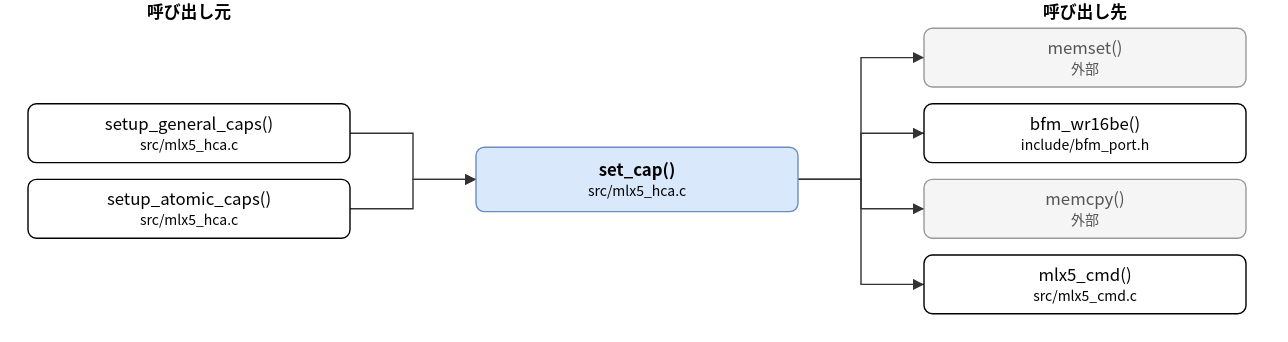
Above: doc/spec/images/call_src_mlx5_hca-set_cap.drawio.svg in hf355051012-ai/bfmem (draw.io), before the change. Source tidied: cells renumbered, new cells last; positions are measured from the earlier drawing's top-left corner, leaving out a move shared by most shapes.
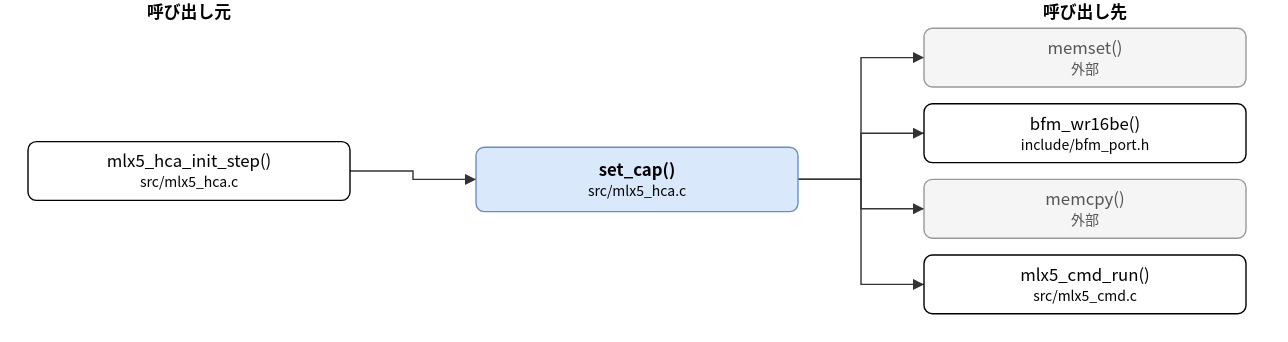
After the change.

Diff of the diagram source:
```diff
@@ -5,12 +5,9 @@
     <mxCell id="2" value="set_cap()&lt;br&gt;&lt;font style=&quot;font-size:10px&quot;&gt;src/mlx5_hca.c&lt;/font&gt;" style="rounded=1;whiteSpace=wrap;html=1;fillColor=#dae8fc;strokeColor=#6c8ebf;fontStyle=1;" parent="1" vertex="1">
       <mxGeometry x="320" y="105" width="230" height="46" as="geometry" />
     </mxCell>
-    <mxCell id="3" value="setup_general_caps()&lt;br&gt;&lt;font style=&quot;font-size:10px&quot;&gt;src/mlx5_hca.c&lt;/font&gt;" style="rounded=1;whiteSpace=wrap;html=1;" parent="1" vertex="1">
-      <mxGeometry y="74" width="230" height="42" as="geometry" />
+    <mxCell id="3" value="mlx5_hca_init_step()&lt;br&gt;&lt;font style=&quot;font-size:10px&quot;&gt;src/mlx5_hca.c&lt;/font&gt;" style="rounded=1;whiteSpace=wrap;html=1;" parent="1" vertex="1">
+      <mxGeometry y="101" width="230" height="42" as="geometry" />
     </mxCell>
-    <mxCell id="4" value="setup_atomic_caps()&lt;br&gt;&lt;font style=&quot;font-size:10px&quot;&gt;src/mlx5_hca.c&lt;/font&gt;" style="rounded=1;whiteSpace=wrap;html=1;" parent="1" vertex="1">
-      <mxGeometry y="128" width="230" height="42" as="geometry" />
-    </mxCell>
     <mxCell id="5" value="memset()&lt;br&gt;&lt;font style=&quot;font-size:10px&quot;&gt;外部&lt;/font&gt;" style="rounded=1;whiteSpace=wrap;html=1;fillColor=#f5f5f5;strokeColor=#999999;fontColor=#555555;" parent="1" vertex="1">
       <mxGeometry x="640" y="20" width="230" height="42" as="geometry" />
     </mxCell>
@@ -20,57 +17,49 @@
     <mxCell id="7" value="memcpy()&lt;br&gt;&lt;font style=&quot;font-size:10px&quot;&gt;外部&lt;/font&gt;" style="rounded=1;whiteSpace=wrap;html=1;fillColor=#f5f5f5;strokeColor=#999999;fontColor=#555555;" parent="1" vertex="1">
       <mxGeometry x="640" y="128" width="230" height="42" as="geometry" />
     </mxCell>
-    <mxCell id="8" value="mlx5_cmd()&lt;br&gt;&lt;font style=&quot;font-size:10px&quot;&gt;src/mlx5_cmd.c&lt;/font&gt;" style="rounded=1;whiteSpace=wrap;html=1;" parent="1" vertex="1">
+    <mxCell id="8" value="mlx5_cmd_run()&lt;br&gt;&lt;font style=&quot;font-size:10px&quot;&gt;src/mlx5_cmd.c&lt;/font&gt;" style="rounded=1;whiteSpace=wrap;html=1;" parent="1" vertex="1">
       <mxGeometry x="640" y="182" width="230" height="42" as="geometry" />
     </mxCell>
     <mxCell id="9" style="edgeStyle=none;html=1;rounded=0;endArrow=block;endFill=1;exitX=1.0000;exitY=0.5000;exitDx=0;exitDy=0;exitPerimeter=0;entryX=0.0000;entryY=0.5000;entryDx=0;entryDy=0;entryPerimeter=0;" parent="1" edge="1" source="3" target="2">
       <mxGeometry relative="1" as="geometry">
         <Array as="points">
-          <mxPoint x="275" y="95" />
+          <mxPoint x="275" y="122" />
           <mxPoint x="275" y="128" />
         </Array>
       </mxGeometry>
     </mxCell>
-    <mxCell id="10" style="edgeStyle=none;html=1;rounded=0;endArrow=block;endFill=1;exitX=1.0000;exitY=0.5000;exitDx=0;exitDy=0;exitPerimeter=0;entryX=0.0000;entryY=0.5000;entryDx=0;entryDy=0;entryPerimeter=0;" parent="1" edge="1" source="4" target="2">
+    <mxCell id="10" style="edgeStyle=none;html=1;rounded=0;endArrow=block;endFill=1;exitX=1.0000;exitY=0.5000;exitDx=0;exitDy=0;exitPerimeter=0;entryX=0.0000;entryY=0.5000;entryDx=0;entryDy=0;entryPerimeter=0;" parent="1" edge="1" source="2" target="5">
       <mxGeometry relative="1" as="geometry">
         <Array as="points">
-          <mxPoint x="275" y="149" />
-          <mxPoint x="275" y="128" />
+          <mxPoint x="595" y="128" />
+          <mxPoint x="595" y="41" />
         </Array>
       </mxGeometry>
     </mxCell>
-    <mxCell id="11" style="edgeStyle=none;html=1;rounded=0;endArrow=block;endFill=1;exitX=1.0000;exitY=0.5000;exitDx=0;exitDy=0;exitPerimeter=0;entryX=0.0000;entryY=0.5000;entryDx=0;entryDy=0;entryPerimeter=0;" parent="1" edge="1" source="2" target="5">
+    <mxCell id="11" style="edgeStyle=none;html=1;rounded=0;endArrow=block;endFill=1;exitX=1.0000;exitY=0.5000;exitDx=0;exitDy=0;exitPerimeter=0;entryX=0.0000;entryY=0.5000;entryDx=0;entryDy=0;entryPerimeter=0;" parent="1" edge="1" source="2" target="6">
       <mxGeometry relative="1" as="geometry">
         <Array as="points">
           <mxPoint x="595" y="128" />
-          <mxPoint x="595" y="41" />
+          <mxPoint x="595" y="95" />
         </Array>
       </mxGeometry>
     </mxCell>
-    <mxCell id="12" style="edgeStyle=none;html=1;rounded=0;endArrow=block;endFill=1;exitX=1.0000;exitY=0.5000;exitDx=0;exitDy=0;exitPerimeter=0;entryX=0.0000;entryY=0.5000;entryDx=0;entryDy=0;entryPerimeter=0;" parent="1" edge="1" source="2" target="6">
+    <mxCell id="12" style="edgeStyle=none;html=1;rounded=0;endArrow=block;endFill=1;exitX=1.0000;exitY=0.5000;exitDx=0;exitDy=0;exitPerimeter=0;entryX=0.0000;entryY=0.5000;entryDx=0;entryDy=0;entryPerimeter=0;" parent="1" edge="1" source="2" target="7">
       <mxGeometry relative="1" as="geometry">
         <Array as="points">
           <mxPoint x="595" y="128" />
-          <mxPoint x="595" y="95" />
+          <mxPoint x="595" y="149" />
         </Array>
       </mxGeometry>
     </mxCell>
-    <mxCell id="13" style="edgeStyle=none;html=1;rounded=0;endArrow=block;endFill=1;exitX=1.0000;exitY=0.5000;exitDx=0;exitDy=0;exitPerimeter=0;entryX=0.0000;entryY=0.5000;entryDx=0;entryDy=0;entryPerimeter=0;" parent="1" edge="1" source="2" target="7">
+    <mxCell id="13" style="edgeStyle=none;html=1;rounded=0;endArrow=block;endFill=1;exitX=1.0000;exitY=0.5000;exitDx=0;exitDy=0;exitPerimeter=0;entryX=0.0000;entryY=0.5000;entryDx=0;entryDy=0;entryPerimeter=0;" parent="1" edge="1" source="2" target="8">
       <mxGeometry relative="1" as="geometry">
         <Array as="points">
           <mxPoint x="595" y="128" />
-          <mxPoint x="595" y="149" />
+          <mxPoint x="595" y="203" />
         </Array>
       </mxGeometry>
     </mxCell>
-    <mxCell id="14" style="edgeStyle=none;html=1;rounded=0;endArrow=block;endFill=1;exitX=1.0000;exitY=0.5000;exitDx=0;exitDy=0;exitPerimeter=0;entryX=0.0000;entryY=0.5000;entryDx=0;entryDy=0;entryPerimeter=0;" parent="1" edge="1" source="2" target="8">
-      <mxGeometry relative="1" as="geometry">
-        <Array as="points">
-          <mxPoint x="595" y="128" />
-          <mxPoint x="595" y="203" />
-        </Array>
-      </mxGeometry>
-    </mxCell>
     <mxCell id="15" value="呼び出し元" style="text;html=1;align=center;fontStyle=1;" parent="1" vertex="1">
       <mxGeometry x="35" width="160" height="18" as="geometry" />
     </mxCell>
```
